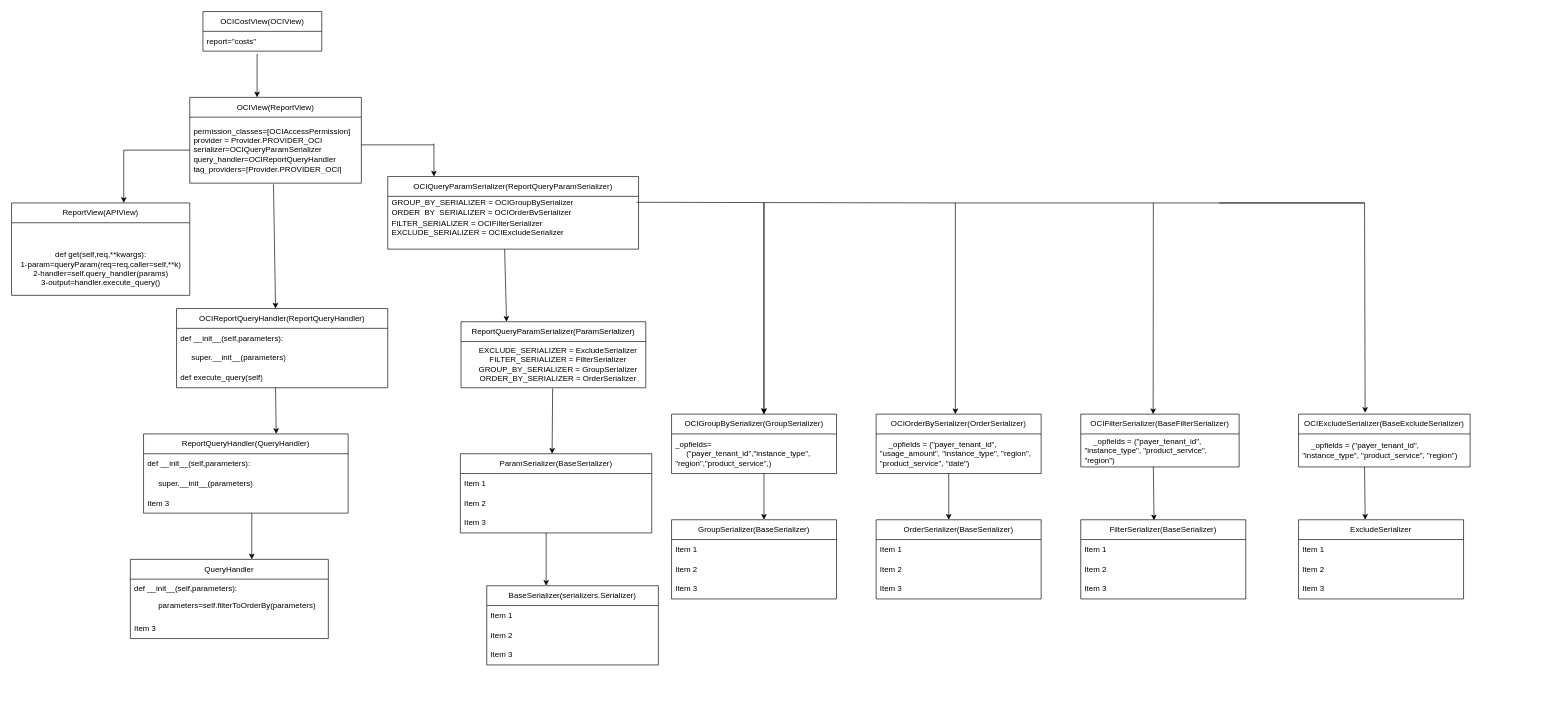
Above: Untitled Diagram.drawio in mr-arch21/foodOrder (draw.io), before the change. Source tidied: cells renumbered, new cells numbered last; positions are measured from the earlier drawing's top-left corner, leaving out a move shared by most shapes. Both pictures are drawn from the tidied source at 66%, with x=0, y=0 at pixel (11, 11).
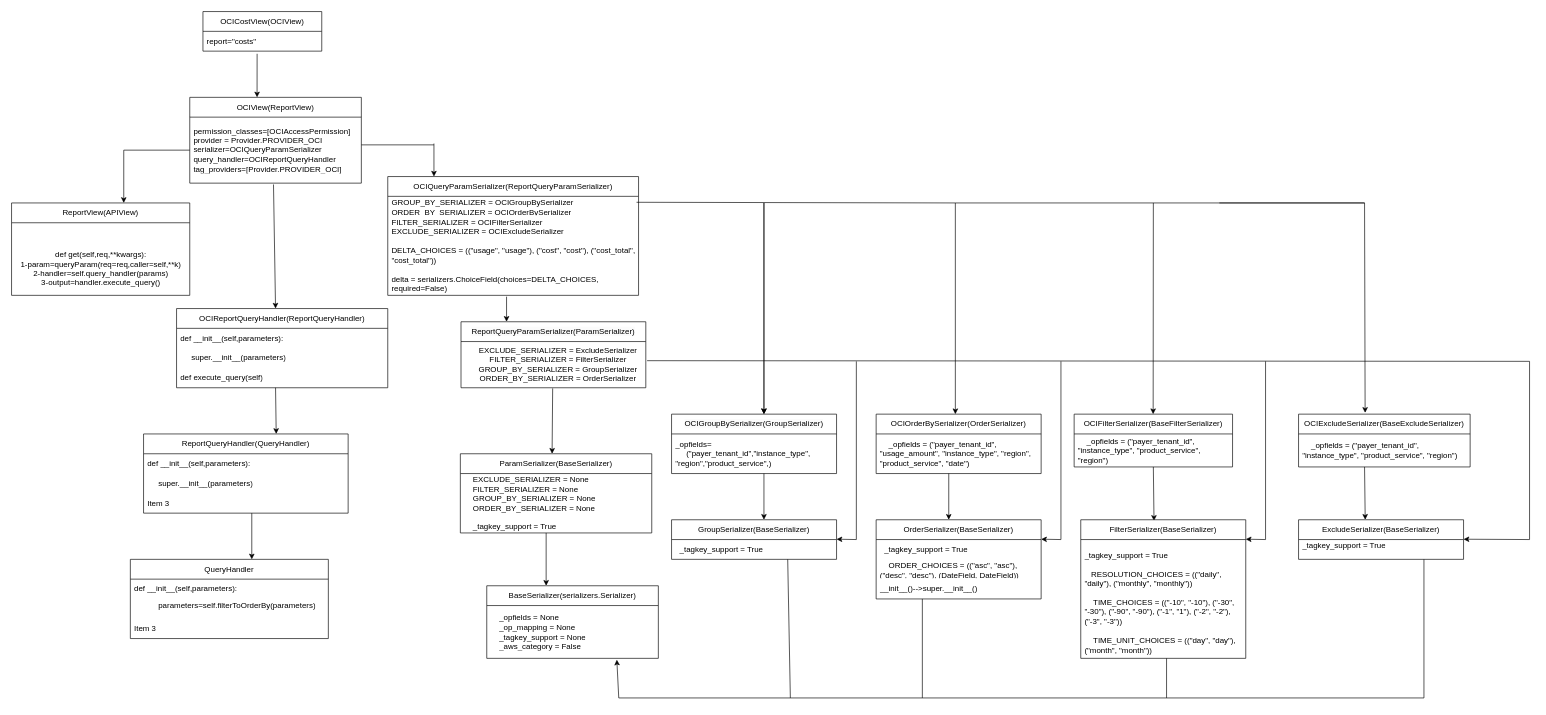
After the change.

Commit message:
code flow of oci.draw.io

The change refers to these unchanged cells:
```xml
<mxCell id="23" value="&lt;div&gt;&amp;nbsp; &amp;nbsp; EXCLUDE_SERIALIZER = ExcludeSerializer&lt;/div&gt;&lt;div&gt;&lt;div&gt;&amp;nbsp; &amp;nbsp; FILTER_SERIALIZER = FilterSerializer&lt;/div&gt;&lt;/div&gt;&lt;div&gt;&lt;div&gt;&amp;nbsp; &amp;nbsp; GROUP_BY_SERIALIZER = GroupSerializer&lt;/div&gt;&lt;/div&gt;&lt;div&gt;&amp;nbsp; &amp;nbsp; ORDER_BY_SERIALIZER = OrderSerializer&lt;/div&gt;" style="text;html=1;align=center;verticalAlign=middle;points=[];strokeColor=none;fillColor=none;" parent="22" vertex="1">
  <mxGeometry y="30" width="280" height="70" as="geometry" />
</mxCell>
<mxCell id="35" value="&lt;span style=&quot;text-align: left;&quot;&gt;ParamSerializer(BaseSerializer)&lt;/span&gt;" style="swimlane;fontStyle=0;horizontal=1;startSize=30;whiteSpace=wrap;html=1;" parent="1" vertex="1">
  <mxGeometry x="680" y="670" width="290" height="120" as="geometry" />
</mxCell>
<mxCell id="66" value="&lt;div style=&quot;text-align: left;&quot;&gt;&lt;span style=&quot;background-color: initial;&quot;&gt;OrderSerializer(&lt;/span&gt;&lt;span style=&quot;background-color: initial;&quot;&gt;BaseSerializer&lt;/span&gt;&lt;span style=&quot;background-color: initial;&quot;&gt;)&lt;/span&gt;&lt;/div&gt;" style="swimlane;fontStyle=0;horizontal=1;startSize=30;whiteSpace=wrap;html=1;" parent="1" vertex="1">
  <mxGeometry x="1310" y="770" width="250" height="120" as="geometry" />
</mxCell>
```

Diff of the diagram source:
```diff
@@
     <mxCell id="14" value="&lt;span style=&quot;text-align: left;&quot;&gt;OCIQueryParamSerializer(Report&lt;/span&gt;&lt;span style=&quot;text-align: left;&quot;&gt;QueryParamSerializer&lt;/span&gt;&lt;span style=&quot;text-align: left;&quot;&gt;)&lt;/span&gt;" style="swimlane;fontStyle=0;horizontal=1;startSize=30;whiteSpace=wrap;html=1;" parent="1" vertex="1">
-      <mxGeometry x="570" y="250" width="380" height="110" as="geometry" />
+      <mxGeometry x="570" y="250" width="380" height="180" as="geometry" />
     </mxCell>
@@
-    <mxCell id="16" value="&lt;div&gt;FILTER_SERIALIZER = OCIFilterSerializer&lt;/div&gt;&lt;div&gt;EXCLUDE_SERIALIZER = OCIExcludeSerializer&lt;/div&gt;&lt;div&gt;&lt;br&gt;&lt;/div&gt;" style="text;strokeColor=none;fillColor=none;align=left;verticalAlign=middle;spacingLeft=4;spacingRight=4;overflow=hidden;points=[[0,0.5],[1,0.5]];portConstraint=eastwest;whiteSpace=wrap;html=1;" parent="14" vertex="1">
-      <mxGeometry y="60" width="380" height="50" as="geometry" />
+    <mxCell id="16" value="&lt;div&gt;FILTER_SERIALIZER = OCIFilterSerializer&lt;/div&gt;&lt;div&gt;EXCLUDE_SERIALIZER = OCIExcludeSerializer&lt;/div&gt;&lt;div&gt;&lt;div&gt;&amp;nbsp;&lt;/div&gt;&lt;div&gt;DELTA_CHOICES = ((&quot;usage&quot;, &quot;usage&quot;), (&quot;cost&quot;, &quot;cost&quot;), (&quot;cost_total&quot;, &quot;cost_total&quot;))&lt;/div&gt;&lt;div&gt;&lt;span style=&quot;background-color: initial;&quot;&gt;&lt;br&gt;&lt;/span&gt;&lt;/div&gt;&lt;div&gt;&lt;span style=&quot;background-color: initial;&quot;&gt;delta = serializers.ChoiceField(choices=DELTA_CHOICES, required=False)&lt;/span&gt;&lt;/div&gt;&lt;/div&gt;&lt;div&gt;&lt;br&gt;&lt;/div&gt;&lt;div&gt;&lt;br&gt;&lt;/div&gt;" style="text;strokeColor=none;fillColor=none;align=left;verticalAlign=middle;spacingLeft=4;spacingRight=4;overflow=hidden;points=[[0,0.5],[1,0.5]];portConstraint=eastwest;whiteSpace=wrap;html=1;" parent="14" vertex="1">
+      <mxGeometry y="60" width="380" height="120" as="geometry" />
     </mxCell>
@@
-    <mxCell id="21" style="endArrow=classic;html=1;rounded=0;exitX=0.466;exitY=1;exitDx=0;exitDy=0;exitPerimeter=0;" parent="1" edge="1" source="16">
+    <mxCell id="21" style="endArrow=classic;html=1;rounded=0;" parent="1" edge="1">
       <mxGeometry relative="1" as="geometry">
+        <mxPoint x="750" y="432" as="sourcePoint" />
         <mxPoint x="750" y="470" as="targetPoint" />
       </mxGeometry>
     </mxCell>
@@
-    <mxCell id="36" value="Item 1" style="text;strokeColor=none;fillColor=none;align=left;verticalAlign=middle;spacingLeft=4;spacingRight=4;overflow=hidden;whiteSpace=wrap;html=1;" parent="35" vertex="1">
-      <mxGeometry y="30" width="290" height="30" as="geometry" />
+    <mxCell id="36" value="&lt;div&gt;&amp;nbsp; &amp;nbsp; EXCLUDE_SERIALIZER = None&lt;/div&gt;&lt;div&gt;&amp;nbsp; &amp;nbsp; FILTER_SERIALIZER = None&lt;/div&gt;&lt;div&gt;&amp;nbsp; &amp;nbsp; GROUP_BY_SERIALIZER = None&lt;/div&gt;&lt;div&gt;&amp;nbsp; &amp;nbsp; ORDER_BY_SERIALIZER = None&lt;/div&gt;&lt;div&gt;&lt;br&gt;&lt;/div&gt;&lt;div&gt;&amp;nbsp; &amp;nbsp; _tagkey_support = True&lt;/div&gt;" style="text;strokeColor=none;fillColor=none;align=left;verticalAlign=middle;spacingLeft=4;spacingRight=4;overflow=hidden;whiteSpace=wrap;html=1;" parent="35" vertex="1">
+      <mxGeometry y="30" width="290" height="90" as="geometry" />
     </mxCell>
-    <mxCell id="37" value="Item 2" style="text;strokeColor=none;fillColor=none;align=left;verticalAlign=middle;spacingLeft=4;spacingRight=4;overflow=hidden;whiteSpace=wrap;html=1;" parent="35" vertex="1">
-      <mxGeometry y="60" width="290" height="30" as="geometry" />
-    </mxCell>
-    <mxCell id="38" value="Item 3" style="text;strokeColor=none;fillColor=none;align=left;verticalAlign=middle;spacingLeft=4;spacingRight=4;overflow=hidden;whiteSpace=wrap;html=1;" parent="35" vertex="1">
-      <mxGeometry y="90" width="290" height="30" as="geometry" />
-    </mxCell>
@@
     <mxCell id="40" value="BaseSerializer(serializers.Serializer)" style="swimlane;fontStyle=0;horizontal=1;startSize=30;whiteSpace=wrap;html=1;" parent="1" vertex="1">
-      <mxGeometry x="720" y="870" width="260" height="120" as="geometry" />
+      <mxGeometry x="720" y="870" width="260" height="110" as="geometry" />
     </mxCell>
-    <mxCell id="41" value="Item 1" style="text;strokeColor=none;fillColor=none;align=left;verticalAlign=middle;spacingLeft=4;spacingRight=4;overflow=hidden;whiteSpace=wrap;html=1;" parent="40" vertex="1">
-      <mxGeometry y="30" width="260" height="30" as="geometry" />
-    </mxCell>
-    <mxCell id="42" value="Item 2" style="text;strokeColor=none;fillColor=none;align=left;verticalAlign=middle;spacingLeft=4;spacingRight=4;overflow=hidden;points=[[0,0.5],[1,0.5]];portConstraint=eastwest;whiteSpace=wrap;html=1;" parent="40" vertex="1">
-      <mxGeometry y="60" width="260" height="30" as="geometry" />
+    <mxCell id="42" value="&lt;div&gt;&amp;nbsp; &amp;nbsp; _opfields = None&lt;/div&gt;&lt;div&gt;&amp;nbsp; &amp;nbsp; _op_mapping = None&lt;/div&gt;&lt;div&gt;&amp;nbsp; &amp;nbsp; _tagkey_support = None&lt;/div&gt;&lt;div&gt;&amp;nbsp; &amp;nbsp; _aws_category = False&lt;/div&gt;" style="text;strokeColor=none;fillColor=none;align=left;verticalAlign=middle;spacingLeft=4;spacingRight=4;overflow=hidden;points=[[0,0.5],[1,0.5]];portConstraint=eastwest;whiteSpace=wrap;html=1;" parent="40" vertex="1">
+      <mxGeometry y="30" width="260" height="80" as="geometry" />
     </mxCell>
-    <mxCell id="43" value="Item 3" style="text;strokeColor=none;fillColor=none;align=left;verticalAlign=middle;spacingLeft=4;spacingRight=4;overflow=hidden;whiteSpace=wrap;html=1;" parent="40" vertex="1">
-      <mxGeometry y="90" width="260" height="30" as="geometry" />
-    </mxCell>
@@
     <mxCell id="53" value="&lt;span style=&quot;text-align: left;&quot;&gt;OCIFilterSerializer(BaseFilter&lt;/span&gt;&lt;span style=&quot;text-align: left;&quot;&gt;Serializer&lt;/span&gt;&lt;span style=&quot;text-align: left;&quot;&gt;)&lt;/span&gt;" style="swimlane;fontStyle=0;horizontal=1;startSize=30;whiteSpace=wrap;html=1;" parent="1" vertex="1">
-      <mxGeometry x="1620" y="610" width="240" height="80" as="geometry" />
+      <mxGeometry x="1610" y="610" width="240" height="80" as="geometry" />
     </mxCell>
@@
     <mxCell id="62" value="&lt;span style=&quot;color: rgb(0, 0, 0); font-family: Helvetica; font-size: 12px; font-style: normal; font-variant-ligatures: normal; font-variant-caps: normal; font-weight: 400; letter-spacing: normal; orphans: 2; text-align: left; text-indent: 0px; text-transform: none; widows: 2; word-spacing: 0px; -webkit-text-stroke-width: 0px; white-space: normal; background-color: rgb(251, 251, 251); text-decoration-thickness: initial; text-decoration-style: initial; text-decoration-color: initial; display: inline !important; float: none;&quot;&gt;GroupSerializer(BaseSerializer)&lt;/span&gt;" style="swimlane;fontStyle=0;horizontal=1;startSize=30;whiteSpace=wrap;html=1;" parent="1" vertex="1">
-      <mxGeometry x="1000" y="770" width="250" height="120" as="geometry" />
+      <mxGeometry x="1000" y="770" width="250" height="60" as="geometry" />
     </mxCell>
-    <mxCell id="63" value="Item 1" style="text;strokeColor=none;fillColor=none;align=left;verticalAlign=middle;spacingLeft=4;spacingRight=4;overflow=hidden;whiteSpace=wrap;html=1;" parent="62" vertex="1">
+    <mxCell id="63" value="&amp;nbsp; _tagkey_support = True" style="text;strokeColor=none;fillColor=none;align=left;verticalAlign=middle;spacingLeft=4;spacingRight=4;overflow=hidden;whiteSpace=wrap;html=1;" parent="62" vertex="1">
       <mxGeometry y="30" width="250" height="30" as="geometry" />
     </mxCell>
-    <mxCell id="64" value="Item 2" style="text;strokeColor=none;fillColor=none;align=left;verticalAlign=middle;spacingLeft=4;spacingRight=4;overflow=hidden;whiteSpace=wrap;html=1;" parent="62" vertex="1">
-      <mxGeometry y="60" width="250" height="30" as="geometry" />
-    </mxCell>
-    <mxCell id="65" value="Item 3" style="text;strokeColor=none;fillColor=none;align=left;verticalAlign=middle;spacingLeft=4;spacingRight=4;overflow=hidden;whiteSpace=wrap;html=1;" parent="62" vertex="1">
-      <mxGeometry y="90" width="250" height="30" as="geometry" />
-    </mxCell>
@@
-    <mxCell id="67" value="Item 1" style="text;strokeColor=none;fillColor=none;align=left;verticalAlign=middle;spacingLeft=4;spacingRight=4;overflow=hidden;whiteSpace=wrap;html=1;" parent="66" vertex="1">
+    <mxCell id="67" value="&amp;nbsp; _tagkey_support = True" style="text;strokeColor=none;fillColor=none;align=left;verticalAlign=middle;spacingLeft=4;spacingRight=4;overflow=hidden;whiteSpace=wrap;html=1;" parent="66" vertex="1">
       <mxGeometry y="30" width="250" height="30" as="geometry" />
     </mxCell>
-    <mxCell id="68" value="Item 2" style="text;strokeColor=none;fillColor=none;align=left;verticalAlign=middle;spacingLeft=4;spacingRight=4;overflow=hidden;whiteSpace=wrap;html=1;" parent="66" vertex="1">
+    <mxCell id="68" value="&lt;div&gt;&amp;nbsp; &amp;nbsp; ORDER_CHOICES = ((&quot;asc&quot;, &quot;asc&quot;), (&quot;desc&quot;, &quot;desc&quot;), (DateField, DateField))&lt;/div&gt;&lt;div&gt;&lt;br&gt;&lt;/div&gt;" style="text;strokeColor=none;fillColor=none;align=left;verticalAlign=middle;spacingLeft=4;spacingRight=4;overflow=hidden;whiteSpace=wrap;html=1;" parent="66" vertex="1">
       <mxGeometry y="60" width="250" height="30" as="geometry" />
     </mxCell>
-    <mxCell id="69" value="Item 3" style="text;strokeColor=none;fillColor=none;align=left;verticalAlign=middle;spacingLeft=4;spacingRight=4;overflow=hidden;whiteSpace=wrap;html=1;" parent="66" vertex="1">
+    <mxCell id="69" value="__init__()--&amp;gt;super.__init__()" style="text;strokeColor=none;fillColor=none;align=left;verticalAlign=middle;spacingLeft=4;spacingRight=4;overflow=hidden;whiteSpace=wrap;html=1;" parent="66" vertex="1">
       <mxGeometry y="90" width="250" height="30" as="geometry" />
     </mxCell>
     <mxCell id="70" value="&lt;div style=&quot;text-align: left;&quot;&gt;&lt;span style=&quot;background-color: initial;&quot;&gt;FilterSerializer(BaseSerializer)&lt;/span&gt;&lt;/div&gt;" style="swimlane;fontStyle=0;horizontal=1;startSize=30;whiteSpace=wrap;html=1;" parent="1" vertex="1">
-      <mxGeometry x="1620" y="770" width="250" height="120" as="geometry" />
+      <mxGeometry x="1620" y="770" width="250" height="210" as="geometry" />
     </mxCell>
-    <mxCell id="71" value="Item 1" style="text;strokeColor=none;fillColor=none;align=left;verticalAlign=middle;spacingLeft=4;spacingRight=4;overflow=hidden;whiteSpace=wrap;html=1;" parent="70" vertex="1">
-      <mxGeometry y="30" width="250" height="30" as="geometry" />
+    <mxCell id="71" value="&lt;div&gt;&lt;br&gt;&lt;/div&gt;&lt;div&gt;&lt;span style=&quot;background-color: initial;&quot;&gt;_tagkey_support = True&lt;/span&gt;&lt;/div&gt;&lt;div&gt;&lt;br&gt;&lt;/div&gt;&lt;div&gt;&amp;nbsp; &amp;nbsp;RESOLUTION_CHOICES = ((&quot;daily&quot;, &quot;daily&quot;), (&quot;monthly&quot;, &quot;monthly&quot;))&lt;/div&gt;&lt;div&gt;&lt;br&gt;&lt;/div&gt;&lt;div&gt;&amp;nbsp; &amp;nbsp; TIME_CHOICES = ((&quot;-10&quot;, &quot;-10&quot;), (&quot;-30&quot;, &quot;-30&quot;), (&quot;-90&quot;, &quot;-90&quot;), (&quot;-1&quot;, &quot;1&quot;), (&quot;-2&quot;, &quot;-2&quot;), (&quot;-3&quot;, &quot;-3&quot;))&lt;/div&gt;&lt;div&gt;&lt;span style=&quot;background-color: initial;&quot;&gt;&lt;br&gt;&lt;/span&gt;&lt;/div&gt;&lt;div&gt;&lt;span style=&quot;background-color: initial;&quot;&gt;&amp;nbsp; &amp;nbsp; TIME_UNIT_CHOICES = ((&quot;day&quot;, &quot;day&quot;), (&quot;month&quot;, &quot;month&quot;))&lt;/span&gt;&lt;/div&gt;&lt;div&gt;&lt;br&gt;&lt;/div&gt;" style="text;strokeColor=none;fillColor=none;align=left;verticalAlign=middle;spacingLeft=4;spacingRight=4;overflow=hidden;whiteSpace=wrap;html=1;" parent="70" vertex="1">
+      <mxGeometry y="30" width="250" height="180" as="geometry" />
     </mxCell>
-    <mxCell id="72" value="Item 2" style="text;strokeColor=none;fillColor=none;align=left;verticalAlign=middle;spacingLeft=4;spacingRight=4;overflow=hidden;whiteSpace=wrap;html=1;" parent="70" vertex="1">
-      <mxGeometry y="60" width="250" height="30" as="geometry" />
-    </mxCell>
-    <mxCell id="73" value="Item 3" style="text;strokeColor=none;fillColor=none;align=left;verticalAlign=middle;spacingLeft=4;spacingRight=4;overflow=hidden;whiteSpace=wrap;html=1;" parent="70" vertex="1">
-      <mxGeometry y="90" width="250" height="30" as="geometry" />
-    </mxCell>
-    <mxCell id="74" value="&lt;div style=&quot;text-align: left;&quot;&gt;&lt;span style=&quot;background-color: initial;&quot;&gt;ExcludeSerializer&lt;/span&gt;&lt;/div&gt;" style="swimlane;fontStyle=0;horizontal=1;startSize=30;whiteSpace=wrap;html=1;" parent="1" vertex="1">
-      <mxGeometry x="1950" y="770" width="250" height="120" as="geometry" />
+    <mxCell id="74" value="&lt;div style=&quot;text-align: left;&quot;&gt;&lt;span style=&quot;background-color: initial;&quot;&gt;ExcludeSerializer(BaseSerializer)&lt;/span&gt;&lt;/div&gt;" style="swimlane;fontStyle=0;horizontal=1;startSize=30;whiteSpace=wrap;html=1;" parent="1" vertex="1">
+      <mxGeometry x="1950" y="770" width="250" height="60" as="geometry" />
     </mxCell>
-    <mxCell id="75" value="Item 1" style="text;strokeColor=none;fillColor=none;align=left;verticalAlign=middle;spacingLeft=4;spacingRight=4;overflow=hidden;whiteSpace=wrap;html=1;" parent="74" vertex="1">
+    <mxCell id="75" value="&lt;div&gt;_tagkey_support = True&lt;/div&gt;&lt;div&gt;&lt;br&gt;&lt;/div&gt;" style="text;strokeColor=none;fillColor=none;align=left;verticalAlign=middle;spacingLeft=4;spacingRight=4;overflow=hidden;whiteSpace=wrap;html=1;" parent="74" vertex="1">
       <mxGeometry y="30" width="250" height="30" as="geometry" />
     </mxCell>
-    <mxCell id="76" value="Item 2" style="text;strokeColor=none;fillColor=none;align=left;verticalAlign=middle;spacingLeft=4;spacingRight=4;overflow=hidden;whiteSpace=wrap;html=1;" parent="74" vertex="1">
-      <mxGeometry y="60" width="250" height="30" as="geometry" />
-    </mxCell>
-    <mxCell id="77" value="Item 3" style="text;strokeColor=none;fillColor=none;align=left;verticalAlign=middle;spacingLeft=4;spacingRight=4;overflow=hidden;whiteSpace=wrap;html=1;" parent="74" vertex="1">
-      <mxGeometry y="90" width="250" height="30" as="geometry" />
-    </mxCell>
+    <mxCell id="78" style="endArrow=none;html=1;rounded=0;exitX=1.007;exitY=0.414;exitDx=0;exitDy=0;exitPerimeter=0;" parent="1" edge="1" source="23">
+      <mxGeometry relative="1" as="geometry">
+        <mxPoint x="2300" y="530" as="targetPoint" />
+      </mxGeometry>
+    </mxCell>
+    <mxCell id="79" style="endArrow=none;html=1;rounded=0;" parent="1" edge="1">
+      <mxGeometry relative="1" as="geometry">
+        <mxPoint x="1280" y="800" as="sourcePoint" />
+        <mxPoint x="1280" y="530" as="targetPoint" />
+      </mxGeometry>
+    </mxCell>
+    <mxCell id="80" style="endArrow=none;html=1;rounded=0;" parent="1" edge="1">
+      <mxGeometry relative="1" as="geometry">
+        <mxPoint x="1590" y="800" as="sourcePoint" />
+        <mxPoint x="1590" y="530" as="targetPoint" />
+      </mxGeometry>
+    </mxCell>
+    <mxCell id="81" style="endArrow=none;html=1;rounded=0;" parent="1" edge="1">
+      <mxGeometry relative="1" as="geometry">
+        <mxPoint x="1900" y="800" as="sourcePoint" />
+        <mxPoint x="1900" y="530" as="targetPoint" />
+      </mxGeometry>
+    </mxCell>
+    <mxCell id="82" style="endArrow=none;html=1;rounded=0;" parent="1" edge="1">
+      <mxGeometry relative="1" as="geometry">
+        <mxPoint x="2300" y="800" as="sourcePoint" />
+        <mxPoint x="2300" y="530" as="targetPoint" />
+      </mxGeometry>
+    </mxCell>
+    <mxCell id="83" style="endArrow=classic;html=1;rounded=0;" parent="1" edge="1">
+      <mxGeometry relative="1" as="geometry">
+        <mxPoint x="1280" y="800" as="sourcePoint" />
+        <mxPoint x="1250" y="799.5" as="targetPoint" />
+      </mxGeometry>
+    </mxCell>
+    <mxCell id="84" style="endArrow=classic;html=1;rounded=0;" parent="1" edge="1">
+      <mxGeometry relative="1" as="geometry">
+        <mxPoint x="2300" y="800" as="sourcePoint" />
+        <mxPoint x="2200" y="799.5" as="targetPoint" />
+      </mxGeometry>
+    </mxCell>
+    <mxCell id="85" style="endArrow=classic;html=1;rounded=0;" parent="1" edge="1">
+      <mxGeometry relative="1" as="geometry">
+        <mxPoint x="1590" y="800" as="sourcePoint" />
+        <mxPoint x="1560" y="799.5" as="targetPoint" />
+      </mxGeometry>
+    </mxCell>
+    <mxCell id="86" style="endArrow=classic;html=1;rounded=0;" parent="1" edge="1">
+      <mxGeometry relative="1" as="geometry">
+        <mxPoint x="1900" y="800" as="sourcePoint" />
+        <mxPoint x="1870" y="799.5" as="targetPoint" />
+      </mxGeometry>
+    </mxCell>
+    <mxCell id="87" style="endArrow=none;html=1;rounded=0;" parent="1" edge="1">
+      <mxGeometry relative="1" as="geometry">
+        <mxPoint x="920" y="1040" as="sourcePoint" />
+        <mxPoint x="2140" y="1040" as="targetPoint" />
+      </mxGeometry>
+    </mxCell>
+    <mxCell id="88" style="endArrow=classic;html=1;rounded=0;entryX=0.758;entryY=1.025;entryDx=0;entryDy=0;entryPerimeter=0;" parent="1" edge="1" target="42">
+      <mxGeometry relative="1" as="geometry">
+        <mxPoint x="920" y="1040" as="sourcePoint" />
+      </mxGeometry>
+    </mxCell>
+    <mxCell id="89" style="endArrow=none;html=1;rounded=0;" parent="1" edge="1">
+      <mxGeometry relative="1" as="geometry">
+        <mxPoint x="1180" y="1040" as="sourcePoint" />
+        <mxPoint x="1176" y="830" as="targetPoint" />
+      </mxGeometry>
+    </mxCell>
+    <mxCell id="90" style="endArrow=none;html=1;rounded=0;" parent="1" edge="1">
+      <mxGeometry relative="1" as="geometry">
+        <mxPoint x="1380" y="1040" as="sourcePoint" />
+        <mxPoint x="1380" y="890" as="targetPoint" />
+      </mxGeometry>
+    </mxCell>
+    <mxCell id="91" style="endArrow=none;html=1;rounded=0;" parent="1" edge="1">
+      <mxGeometry relative="1" as="geometry">
+        <mxPoint x="1750" y="1040" as="sourcePoint" />
+        <mxPoint x="1750" y="980" as="targetPoint" />
+      </mxGeometry>
+    </mxCell>
+    <mxCell id="92" style="endArrow=none;html=1;rounded=0;" parent="1" edge="1">
+      <mxGeometry relative="1" as="geometry">
+        <mxPoint x="2140" y="1040" as="sourcePoint" />
+        <mxPoint x="2140" y="830" as="targetPoint" />
+      </mxGeometry>
+    </mxCell>
```
